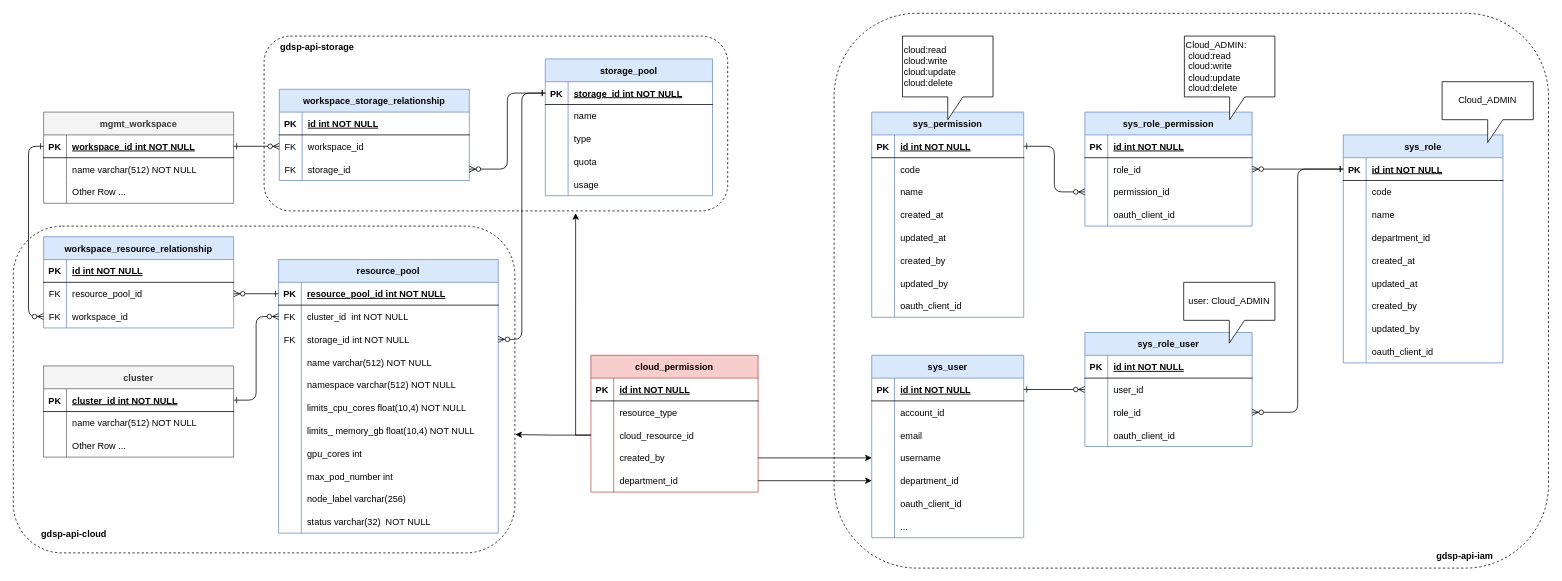
Earlier version of the draw.io diagram page "ER-graph" (3 of 6) of Resource_Pool2.drawio (LiuJin1203/graph). Source tidied: cells renumbered, new cells numbered last; positions are measured from the earlier drawing's top-left corner, leaving out a move shared by most shapes. Both pictures are drawn from the tidied source at 76%, with x=0, y=0 at pixel (13, 13).
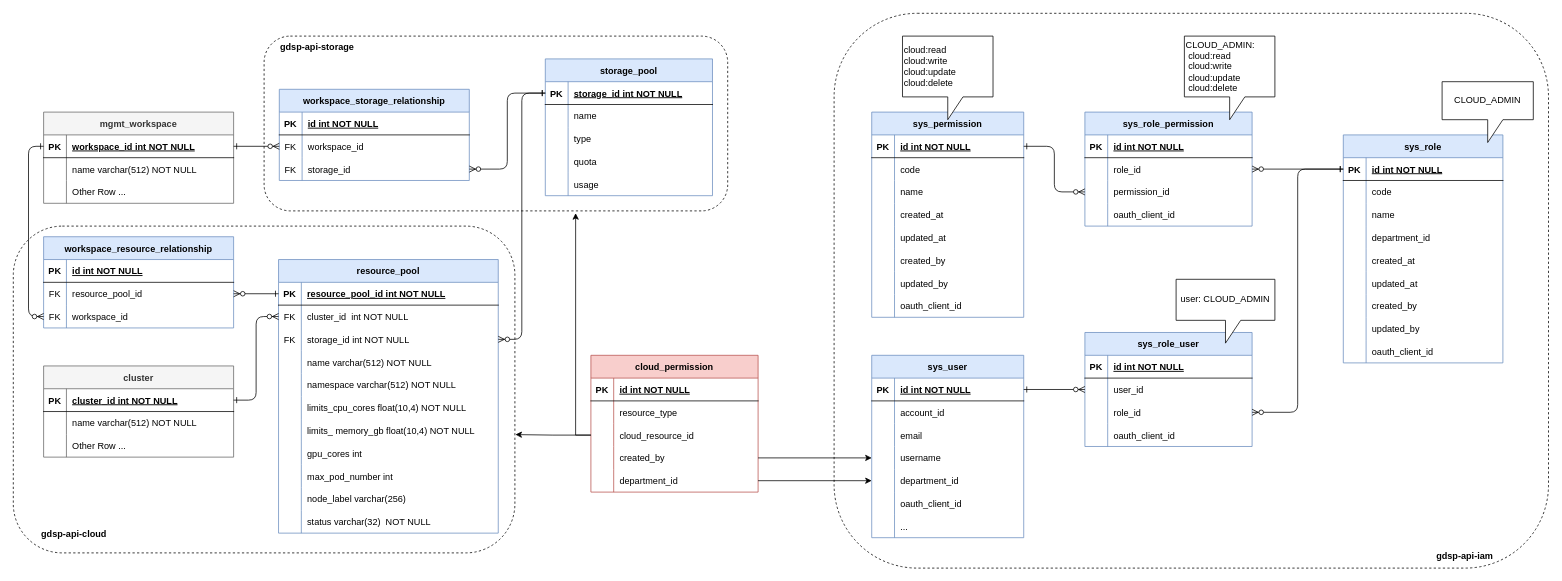
Above is the later version.

Change to the diagram source:
```diff
@@
-    <mxCell id="224" value="Cloud_ADMIN" style="shape=callout;whiteSpace=wrap;html=1;perimeter=calloutPerimeter;" parent="1" vertex="1">
+    <mxCell id="224" value="CLOUD_ADMIN" style="shape=callout;whiteSpace=wrap;html=1;perimeter=calloutPerimeter;" parent="1" vertex="1">
       <mxGeometry x="1880" y="90" width="120" height="80" as="geometry" />
     </mxCell>
@@
-    <mxCell id="226" value="&lt;span style=&quot;text-align: center;&quot;&gt;Cloud_ADMIN:&lt;br&gt;&lt;/span&gt;&lt;span style=&quot;background-color: initial;&quot;&gt;&lt;span style=&quot;white-space: pre;&quot;&gt; &lt;/span&gt;cloud:read&lt;br&gt;&lt;/span&gt;&lt;span style=&quot;background-color: initial;&quot;&gt;&lt;span style=&quot;white-space: pre;&quot;&gt; &lt;/span&gt;cloud:write&lt;br&gt;&lt;/span&gt;&lt;span style=&quot;background-color: initial;&quot;&gt;&lt;span style=&quot;white-space: pre;&quot;&gt; &lt;/span&gt;cloud:update&lt;br&gt;&lt;/span&gt;&lt;span style=&quot;background-color: initial;&quot;&gt;&lt;span style=&quot;white-space: pre;&quot;&gt; &lt;/span&gt;cloud:delete&lt;/span&gt;&lt;span style=&quot;background-color: initial;&quot;&gt;&lt;br&gt;&lt;/span&gt;" style="shape=callout;whiteSpace=wrap;html=1;perimeter=calloutPerimeter;align=left;" parent="1" vertex="1">
+    <mxCell id="226" value="&lt;span style=&quot;text-align: center;&quot;&gt;CLOUD_ADMIN:&lt;br&gt;&lt;/span&gt;&lt;span style=&quot;background-color: initial;&quot;&gt;&lt;span style=&quot;white-space: pre;&quot;&gt; &lt;/span&gt;cloud:read&lt;br&gt;&lt;/span&gt;&lt;span style=&quot;background-color: initial;&quot;&gt;&lt;span style=&quot;white-space: pre;&quot;&gt; &lt;/span&gt;cloud:write&lt;br&gt;&lt;/span&gt;&lt;span style=&quot;background-color: initial;&quot;&gt;&lt;span style=&quot;white-space: pre;&quot;&gt; &lt;/span&gt;cloud:update&lt;br&gt;&lt;/span&gt;&lt;span style=&quot;background-color: initial;&quot;&gt;&lt;span style=&quot;white-space: pre;&quot;&gt; &lt;/span&gt;cloud:delete&lt;/span&gt;&lt;span style=&quot;background-color: initial;&quot;&gt;&lt;br&gt;&lt;/span&gt;" style="shape=callout;whiteSpace=wrap;html=1;perimeter=calloutPerimeter;align=left;" parent="1" vertex="1">
       <mxGeometry x="1540.9" y="30" width="119.1" height="110" as="geometry" />
     </mxCell>
-    <mxCell id="227" value="user: Cloud_ADMIN" style="shape=callout;whiteSpace=wrap;html=1;perimeter=calloutPerimeter;" parent="1" vertex="1">
-      <mxGeometry x="1540" y="354" width="120" height="80" as="geometry" />
+    <mxCell id="227" value="user: CLOUD_ADMIN" style="shape=callout;whiteSpace=wrap;html=1;perimeter=calloutPerimeter;" parent="1" vertex="1">
+      <mxGeometry x="1530" y="350" width="130" height="84" as="geometry" />
     </mxCell>
```
